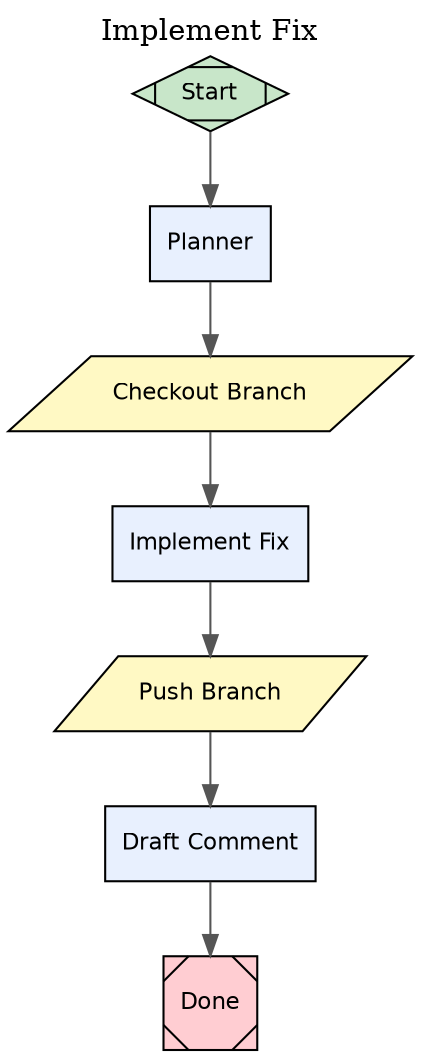
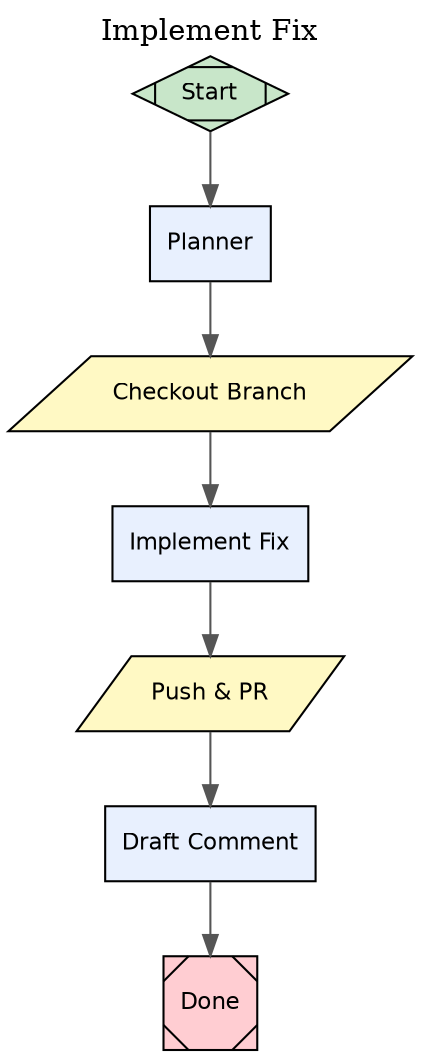
// implement.dot
//
// Pipeline: Code Fix Implementation
//
// Flow for implementing a fix from issue to pull request:
//   1. Planner reads issue + triage findings, writes fix plan
//   2. Checkout a fix branch for the work
//   3. Implement the fix (LLM handles TDD, tests, commits internally)
//   4. Push the branch to origin (Gitea mirror)
//   5. Comment draft posts results back to the GitHub issue via bridge.*

digraph implement_fix {

    // — Graph-level attributes ————————————————————————————————————

    label             = "Implement Fix"
    description       = "Plan and implement a code fix or feature, then report results"
    labelloc          = t
    rankdir           = TB
    compound          = true

    // Attractor pipeline configuration
    goal              = "$goal"
    default_fidelity  = "full"
    default_thread_id = "implement-fix-thread"

    // — Model stylesheet ——————————————————————————————————————————
    model_stylesheet  = "planner: model_role=reasoning; implement_fix: model_role=coding; comment_draft: model_role=general"

    // — Default node and edge styles —————————————————————————————
    node [fontname="Helvetica", fontsize=11, style="filled"]
    edge [fontname="Helvetica", fontsize=10, color="#555555"]

    // ═══════════════════════════════════════════════════════════════
    // PIPELINE NODES
    // ═══════════════════════════════════════════════════════════════

    // Entry point
    start [
        label     = "Start",
        shape     = Mdiamond,
        fillcolor = "#C8E6C9"
    ]

    // Planner — reads issue + triage from $goal, writes concise fix plan
    planner [
        label      = "Planner",
        shape      = box,
        fillcolor  = "#E8F0FE",
        max_cycles = 2,
        prompt     = "You are a fix planner. Read the issue and any triage analysis from $goal.\n\nWrite a concise fix plan to docs/fix-plan.md with these sections:\n- ROOT CAUSE: What is broken and why\n- FILES TO CHANGE: Exact files and what changes in each\n- TEST STRATEGY: What tests to write/modify to verify the fix\n- VERIFICATION: How to confirm the fix works end-to-end\n\nThen git add and git commit the plan.\n\nOutput:\n{\"status\": \"success\", \"context_updates\": {\"fix_plan\": \"docs/fix-plan.md written\"}}"
    ]

    // Checkout branch — create and switch to a fix branch
    checkout_branch [
        label      = "Checkout Branch",
        shape      = parallelogram,
        fillcolor  = "#FFF9C4",
        tool_command = "bash -c 'BRANCH=\"resolve/fix-$(date +%Y%m%d-%H%M%S)\"; git checkout -b \"$BRANCH\"; echo \"$BRANCH\"'"
    ]

    // Implement fix — the LLM handles everything: write tests, write code,
    // run tests, fix failures, git add, git commit. Same pattern as
    // dotpowers' ImplementTask.
    implement_fix [
        label      = "Implement Fix",
        shape      = box,
        fillcolor  = "#E8F0FE",
        max_cycles = 3,
        goal_gate  = true,
        fidelity   = "full",
        prompt     = "You are implementing a code fix.\n\nRead the fix plan from docs/fix-plan.md.\n\nProcess:\n1. Write a test that reproduces the bug (if applicable)\n2. Run the test to confirm it fails\n3. Write the minimal code to fix the issue\n4. Run tests to confirm the fix works and no regressions\n5. git add the changed files (specific files, not -A)\n6. git commit with a descriptive message\n\nIf tests fail, debug and fix. You have 3 attempts.\n\nOutput:\n{\"status\": \"success\", \"context_updates\": {\"implementation_summary\": \"YOUR SUMMARY: what files changed, what tests pass, what was fixed\"}}"
    ]

-     // Push branch — push the working branch to origin (Gitea mirror)
-     push_branch [
-         label      = "Push Branch",
+     // Push branch + create PR — push directly to GitHub using GH_TOKEN
+     // (Gitea promotion has a known Incus/Docker runtime mismatch bug,
+     //  so we bypass it and push to GitHub directly)
+     push_and_pr [
+         label      = "Push & PR",
        shape      = parallelogram,
        fillcolor  = "#FFF9C4",
-         tool_command = "git push -u origin HEAD"
+         parse_json = true,
+         tool_command = "#!/bin/sh\nset -e\nBRANCH=$(git rev-parse --abbrev-ref HEAD)\nREPO_URL=$(echo \"$goal\" | grep -oP 'https://github.com/[^/]+/[^/# ]+' | head -1)\nif [ -z \"$REPO_URL\" ]; then\n  printf '{\"error\": \"no repo URL found in goal\"}'\n  exit 1\nfi\nOWNER_REPO=$(echo \"$REPO_URL\" | sed 's|https://github.com/||')\ngit remote add github \"https://x-access-token:${GH_TOKEN}@github.com/${OWNER_REPO}.git\" 2>/dev/null || git remote set-url github \"https://x-access-token:${GH_TOKEN}@github.com/${OWNER_REPO}.git\"\ngit push -u github \"$BRANCH\" 2>&1\nPR_TITLE=$(head -1 docs/fix-plan.md 2>/dev/null | sed 's/^#* *//' || echo \"Automated fix\")\nPR_URL=$(curl -s -X POST \\\n  -H \"Authorization: token ${GH_TOKEN}\" \\\n  -H \"Accept: application/vnd.github+json\" \\\n  \"https://api.github.com/repos/${OWNER_REPO}/pulls\" \\\n  -d \"{\\\"title\\\": \\\"${PR_TITLE}\\\", \\\"head\\\": \\\"${BRANCH}\\\", \\\"base\\\": \\\"main\\\", \\\"body\\\": \\\"Automated fix. See docs/fix-plan.md for details.\\\"}\" \\\n  | grep -o '\"html_url\": \"[^\"]*\"' | head -1 | cut -d'\"' -f4)\nif [ -n \"$PR_URL\" ]; then\n  printf '{\"delivery.pr_url\": \"%s\", \"pr_created\": \"true\"}' \"$PR_URL\"\nelse\n  printf '{\"delivery.pr_url\": \"\", \"pr_created\": \"false\", \"note\": \"push succeeded but PR creation failed\"}'\nfi"
    ]

    // Comment draft — writes bridge.* output for GitHub comment
    comment_draft [
        label     = "Draft Comment",
        shape     = box,
        fillcolor = "#E8F0FE",
-         prompt    = "Draft a GitHub issue comment summarizing the implementation.\n\nRead $implementation_summary for what was done.\nThe branch has been pushed and a PR will be created automatically.\n\nInclude:\n- Brief summary of what was fixed and how\n- Which files were changed\n- Test results\n\nOutput:\n{\"status\": \"success\", \"context_updates\": {\"bridge.comment\": \"YOUR COMMENT IN MARKDOWN\", \"bridge.summary\": \"ONE-LINE FIX SUMMARY\", \"bridge.labels\": [\"fix-implemented\"]}}"
+         prompt    = "Draft a GitHub issue comment summarizing the implementation.\n\nRead $implementation_summary for what was done.\nPR URL (if created): $delivery.pr_url\n\nInclude:\n- Brief summary of what was fixed and how\n- Which files were changed\n- Link to PR if available: $delivery.pr_url\n- Suggest: /resolve review to review the changes\n\nOutput:\n{\"status\": \"success\", \"context_updates\": {\"bridge.comment\": \"YOUR COMMENT IN MARKDOWN\", \"bridge.summary\": \"ONE-LINE FIX SUMMARY\", \"bridge.labels\": [\"fix-implemented\"]}}"
    ]

    // Pipeline exit
    done [
        label     = "Done",
        shape     = Msquare,
        fillcolor = "#FFCDD2"
    ]

    // ═══════════════════════════════════════════════════════════════
    // EDGES
    // ═══════════════════════════════════════════════════════════════

    start -> planner
    planner -> checkout_branch
    checkout_branch -> implement_fix
-     implement_fix -> push_branch
-     push_branch -> comment_draft
+     implement_fix -> push_and_pr
+     push_and_pr -> comment_draft
    comment_draft -> done

}
